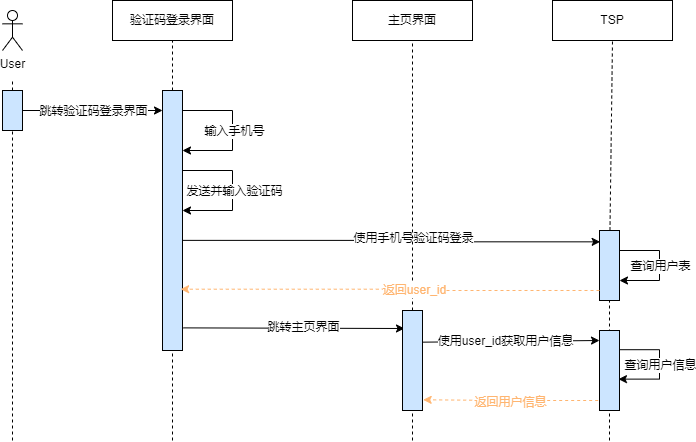
The draw.io diagram x9hp/验证码登录时序图.png in notigit/Image, before a commit. Source tidied: cells renumbered, new cells last; positions are measured from the earlier drawing's top-left corner, leaving out a move shared by most shapes.
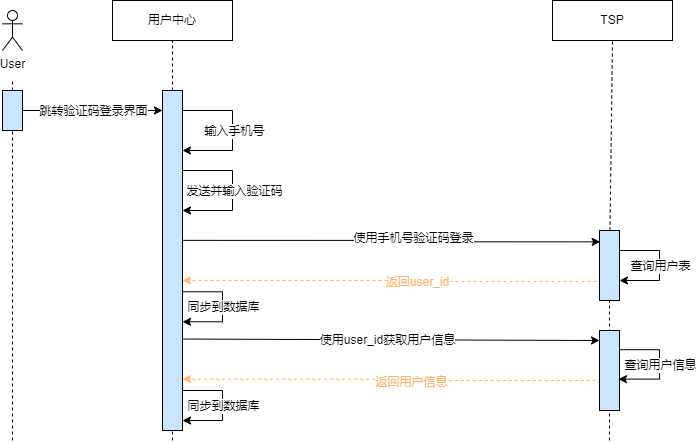
Above is the later version.

Commit message:
更新验证码登录时序图.png

Diff of the diagram source:
```diff
@@ -2,7 +2,7 @@
   <root>
     <mxCell id="0" />
     <mxCell id="1" parent="0" />
-    <mxCell id="2" value="验证码登录界面" style="rounded=0;whiteSpace=wrap;html=1;" parent="1" vertex="1">
+    <mxCell id="2" value="用户中心" style="rounded=0;whiteSpace=wrap;html=1;" parent="1" vertex="1">
       <mxGeometry x="110" width="120" height="40" as="geometry" />
     </mxCell>
     <mxCell id="3" value="TSP" style="rounded=0;whiteSpace=wrap;html=1;" parent="1" vertex="1">
@@ -24,12 +24,19 @@
         <mxPoint x="10" y="440" as="sourcePoint" />
       </mxGeometry>
     </mxCell>
-    <mxCell id="8" style="endArrow=none;dashed=1;html=1;rounded=0;startArrow=none;entryX=0.5;entryY=1;entryDx=0;entryDy=0;" parent="1" edge="1" source="11" target="2">
-      <mxGeometry relative="1" as="geometry" />
+    <mxCell id="8" style="endArrow=none;dashed=1;html=1;rounded=0;startArrow=none;entryX=0.5;entryY=1;entryDx=0;entryDy=0;" parent="1" edge="1" target="2">
+      <mxGeometry relative="1" as="geometry">
+        <mxPoint x="170" y="90" as="sourcePoint" />
+      </mxGeometry>
     </mxCell>
-    <mxCell id="9" style="edgeStyle=orthogonalEdgeStyle;rounded=0;jettySize=auto;html=1;exitX=1.01;exitY=0.473;exitDx=0;exitDy=0;fontSize=6;entryX=0.033;entryY=0.162;entryDx=0;entryDy=0;entryPerimeter=0;exitPerimeter=0;" parent="1" edge="1" target="14">
+    <mxCell id="9" style="edgeStyle=orthogonalEdgeStyle;rounded=0;orthogonalLoop=1;jettySize=auto;html=1;exitX=1.01;exitY=0.473;exitDx=0;exitDy=0;fontSize=6;entryX=0.033;entryY=0.162;entryDx=0;entryDy=0;entryPerimeter=0;exitPerimeter=0;" parent="1" edge="1">
       <mxGeometry relative="1" as="geometry">
         <mxPoint x="177.2" y="239.9" as="sourcePoint" />
+        <mxPoint x="597.7" y="241.3" as="targetPoint" />
+        <Array as="points">
+          <mxPoint x="388" y="240" />
+          <mxPoint x="388" y="241" />
+        </Array>
       </mxGeometry>
     </mxCell>
     <mxCell id="10" value="&lt;font style=&quot;font-size: 11px&quot;&gt;使用手机号验证码登录&lt;/font&gt;" style="edgeLabel;html=1;align=center;verticalAlign=middle;fontSize=6;" parent="9" vertex="1">
@@ -37,23 +44,21 @@
         <mxPoint x="58" as="offset" />
       </mxGeometry>
     </mxCell>
-    <mxCell id="11" style="rounded=0;whiteSpace=wrap;html=1;fillColor=#CCE5FF;" parent="1" vertex="1">
-      <mxGeometry x="160" y="90" width="20" height="260" as="geometry" />
-    </mxCell>
-    <mxCell id="12" style="endArrow=none;dashed=1;html=1;rounded=0;" parent="1" edge="1" target="11">
+    <mxCell id="12" style="endArrow=none;dashed=1;html=1;rounded=0;" parent="1" edge="1">
       <mxGeometry relative="1" as="geometry">
         <mxPoint x="170" y="440" as="sourcePoint" />
+        <mxPoint x="170" y="350" as="targetPoint" />
       </mxGeometry>
     </mxCell>
-    <mxCell id="13" style="endArrow=none;dashed=1;html=1;rounded=0;startArrow=none;entryX=0.5;entryY=1;entryDx=0;entryDy=0;" parent="1" edge="1" source="14" target="3">
-      <mxGeometry relative="1" as="geometry" />
+    <mxCell id="13" style="endArrow=none;dashed=1;html=1;rounded=0;startArrow=none;entryX=0.5;entryY=1;entryDx=0;entryDy=0;" parent="1" edge="1" target="3">
+      <mxGeometry relative="1" as="geometry">
+        <mxPoint x="607.5" y="230" as="sourcePoint" />
+      </mxGeometry>
     </mxCell>
-    <mxCell id="14" style="rounded=0;whiteSpace=wrap;html=1;fillColor=#CCE5FF;" parent="1" vertex="1">
-      <mxGeometry x="597" y="230" width="20" height="70" as="geometry" />
-    </mxCell>
-    <mxCell id="15" style="endArrow=none;dashed=1;html=1;rounded=0;startArrow=none;entryX=0.5;entryY=1;entryDx=0;entryDy=0;" parent="1" edge="1" target="14">
+    <mxCell id="15" style="endArrow=none;dashed=1;html=1;rounded=0;startArrow=none;entryX=0.5;entryY=1;entryDx=0;entryDy=0;" parent="1" edge="1">
       <mxGeometry relative="1" as="geometry">
         <mxPoint x="607" y="440" as="sourcePoint" />
+        <mxPoint x="607" y="300" as="targetPoint" />
       </mxGeometry>
     </mxCell>
     <mxCell id="16" style="endArrow=classic;html=1;rounded=0;exitX=1;exitY=0.5;exitDx=0;exitDy=0;" parent="1" edge="1" source="6">
@@ -100,10 +105,8 @@
     <mxCell id="22" value="查询用户表" style="edgeLabel;html=1;align=center;verticalAlign=middle;fontSize=11;fillColor=#CCE5FF;" parent="21" vertex="1">
       <mxGeometry relative="1" as="geometry" />
     </mxCell>
-    <mxCell id="23" style="endArrow=classic;html=1;rounded=0;fontSize=11;fontColor=#FFB570;strokeColor=#000000;fillColor=#FFF2CC;exitX=1;exitY=0.25;exitDx=0;exitDy=0;entryX=0;entryY=0.125;entryDx=0;entryDy=0;entryPerimeter=0;" parent="1" edge="1" target="33">
-      <mxGeometry relative="1" as="geometry">
-        <mxPoint x="415.9" y="341.7" as="sourcePoint" />
-      </mxGeometry>
+    <mxCell id="23" style="endArrow=classic;html=1;rounded=0;fontSize=11;fontColor=#FFB570;strokeColor=#000000;fillColor=#FFF2CC;exitX=1.033;exitY=0.731;exitDx=0;exitDy=0;entryX=0;entryY=0.125;entryDx=0;entryDy=0;entryPerimeter=0;exitPerimeter=0;" parent="1" edge="1" source="40" target="33">
+      <mxGeometry relative="1" as="geometry" />
     </mxCell>
     <mxCell id="24" value="使用user_id获取用户信息" style="edgeLabel;html=1;align=center;verticalAlign=middle;fontSize=11;fontColor=#000000;fillColor=#FFB570;" parent="23" vertex="1">
       <mxGeometry relative="1" as="geometry">
@@ -123,34 +126,32 @@
     <mxCell id="26" value="查询用户信息" style="edgeLabel;html=1;align=center;verticalAlign=middle;fontSize=11;fontColor=#000000;fillColor=#FFB570;" parent="25" vertex="1">
       <mxGeometry relative="1" as="geometry" />
     </mxCell>
-    <mxCell id="27" style="edgeStyle=orthogonalEdgeStyle;rounded=0;jettySize=auto;html=1;exitX=-0.067;exitY=0.875;exitDx=0;exitDy=0;fontSize=11;dashed=1;fillColor=#FFF2CC;strokeColor=#FFB570;exitPerimeter=0;entryX=1.033;entryY=0.893;entryDx=0;entryDy=0;entryPerimeter=0;" parent="1" edge="1" source="33" target="38">
-      <mxGeometry relative="1" as="geometry" />
+    <mxCell id="27" style="edgeStyle=orthogonalEdgeStyle;rounded=0;jettySize=auto;html=1;exitX=0.017;exitY=0.65;exitDx=0;exitDy=0;fontSize=11;dashed=1;fillColor=#FFF2CC;strokeColor=#FFB570;exitPerimeter=0;entryX=1;entryY=0.849;entryDx=0;entryDy=0;entryPerimeter=0;" parent="1" edge="1" source="33" target="40">
+      <mxGeometry relative="1" as="geometry">
+        <Array as="points">
+          <mxPoint x="596" y="382" />
+          <mxPoint x="596" y="380" />
+          <mxPoint x="388" y="380" />
+          <mxPoint x="388" y="379" />
+        </Array>
+      </mxGeometry>
     </mxCell>
     <mxCell id="28" value="返回用户信息" style="edgeLabel;html=1;align=center;verticalAlign=middle;fontSize=11;fillColor=#FFB570;fontColor=#FFB570;" parent="27" vertex="1">
       <mxGeometry x="-0.16" y="1" relative="1" as="geometry">
         <mxPoint x="-14" as="offset" />
       </mxGeometry>
     </mxCell>
-    <mxCell id="29" value="主页界面" style="rounded=0;whiteSpace=wrap;html=1;" parent="1" vertex="1">
-      <mxGeometry x="350" width="120" height="40" as="geometry" />
-    </mxCell>
-    <mxCell id="30" style="endArrow=none;dashed=1;html=1;rounded=0;startArrow=none;entryX=0.5;entryY=1;entryDx=0;entryDy=0;" parent="1" edge="1" source="38" target="29">
-      <mxGeometry relative="1" as="geometry" />
-    </mxCell>
-    <mxCell id="31" style="endArrow=classic;html=1;rounded=0;fontSize=11;fontColor=#000000;strokeColor=#000000;fillColor=#FFF2CC;exitX=1.033;exitY=0.913;exitDx=0;exitDy=0;exitPerimeter=0;entryX=0.1;entryY=0.18;entryDx=0;entryDy=0;entryPerimeter=0;" parent="1" edge="1" source="11" target="38">
-      <mxGeometry relative="1" as="geometry" />
-    </mxCell>
-    <mxCell id="32" value="跳转主页界面" style="edgeLabel;html=1;align=center;verticalAlign=middle;fontSize=11;fontColor=#000000;fillColor=#FFB570;" parent="31" vertex="1">
-      <mxGeometry relative="1" as="geometry">
-        <mxPoint x="9" y="-1" as="offset" />
-      </mxGeometry>
-    </mxCell>
     <mxCell id="33" style="rounded=0;whiteSpace=wrap;html=1;fillColor=#CCE5FF;" parent="1" vertex="1">
       <mxGeometry x="597" y="330" width="20" height="80" as="geometry" />
     </mxCell>
-    <mxCell id="34" style="edgeStyle=orthogonalEdgeStyle;rounded=0;jettySize=auto;html=1;exitX=0;exitY=0.857;exitDx=0;exitDy=0;fontSize=11;dashed=1;fillColor=#FFF2CC;strokeColor=#FFB570;exitPerimeter=0;entryX=1.056;entryY=0.73;entryDx=0;entryDy=0;entryPerimeter=0;" parent="1" edge="1" source="14">
+    <mxCell id="34" style="edgeStyle=orthogonalEdgeStyle;rounded=0;orthogonalLoop=1;jettySize=auto;html=1;fontSize=11;dashed=1;fillColor=#FFF2CC;strokeColor=#FFB570;entryX=1.056;entryY=0.73;entryDx=0;entryDy=0;entryPerimeter=0;" parent="1" edge="1">
       <mxGeometry relative="1" as="geometry">
-        <mxPoint x="178.1" y="288.7" as="targetPoint" />
+        <mxPoint x="599" y="280" as="sourcePoint" />
+        <mxPoint x="180" y="280" as="targetPoint" />
+        <Array as="points">
+          <mxPoint x="390" y="281" />
+          <mxPoint x="390" y="280" />
+        </Array>
       </mxGeometry>
     </mxCell>
     <mxCell id="35" value="返回user_id" style="edgeLabel;html=1;align=center;verticalAlign=middle;fontSize=11;fillColor=#FFB570;fontColor=#FFB570;" parent="34" vertex="1">
@@ -174,13 +175,37 @@
         <mxPoint x="1" as="offset" />
       </mxGeometry>
     </mxCell>
-    <mxCell id="38" style="rounded=0;whiteSpace=wrap;html=1;fillColor=#CCE5FF;" parent="1" vertex="1">
-      <mxGeometry x="400" y="310" width="20" height="100" as="geometry" />
-    </mxCell>
-    <mxCell id="39" style="endArrow=none;dashed=1;html=1;rounded=0;startArrow=none;entryX=0.5;entryY=1;entryDx=0;entryDy=0;" parent="1" edge="1" target="38">
-      <mxGeometry relative="1" as="geometry">
-        <mxPoint x="410" y="440" as="sourcePoint" />
-      </mxGeometry>
-    </mxCell>
+    <mxCell id="40" style="rounded=0;whiteSpace=wrap;html=1;fillColor=#CCE5FF;" parent="1" vertex="1">
+      <mxGeometry x="160" y="90" width="20" height="340" as="geometry" />
+    </mxCell>
+    <mxCell id="41" style="endArrow=classic;html=1;rounded=0;fontSize=11;edgeStyle=orthogonalEdgeStyle;" parent="1" edge="1">
+      <mxGeometry relative="1" as="geometry">
+        <mxPoint x="180" y="291.3" as="sourcePoint" />
+        <mxPoint x="180" y="321.3" as="targetPoint" />
+        <Array as="points">
+          <mxPoint x="220" y="291.3" />
+          <mxPoint x="220" y="321.3" />
+        </Array>
+      </mxGeometry>
+    </mxCell>
+    <mxCell id="42" value="同步到数据库" style="edgeLabel;html=1;align=center;verticalAlign=middle;fontSize=11;fillColor=#CCE5FF;" parent="41" vertex="1">
+      <mxGeometry relative="1" as="geometry" />
+    </mxCell>
+    <mxCell id="14" style="rounded=0;whiteSpace=wrap;html=1;fillColor=#CCE5FF;" parent="1" vertex="1">
+      <mxGeometry x="597" y="230" width="20" height="70" as="geometry" />
+    </mxCell>
+    <mxCell id="43" style="endArrow=classic;html=1;rounded=0;fontSize=11;edgeStyle=orthogonalEdgeStyle;" parent="1" edge="1">
+      <mxGeometry relative="1" as="geometry">
+        <mxPoint x="180" y="390" as="sourcePoint" />
+        <mxPoint x="180" y="420" as="targetPoint" />
+        <Array as="points">
+          <mxPoint x="220" y="390" />
+          <mxPoint x="220" y="420" />
+        </Array>
+      </mxGeometry>
+    </mxCell>
+    <mxCell id="44" value="同步到数据库" style="edgeLabel;html=1;align=center;verticalAlign=middle;fontSize=11;fillColor=#CCE5FF;" parent="43" vertex="1">
+      <mxGeometry relative="1" as="geometry" />
+    </mxCell>
   </root>
 </mxGraphModel>
```
